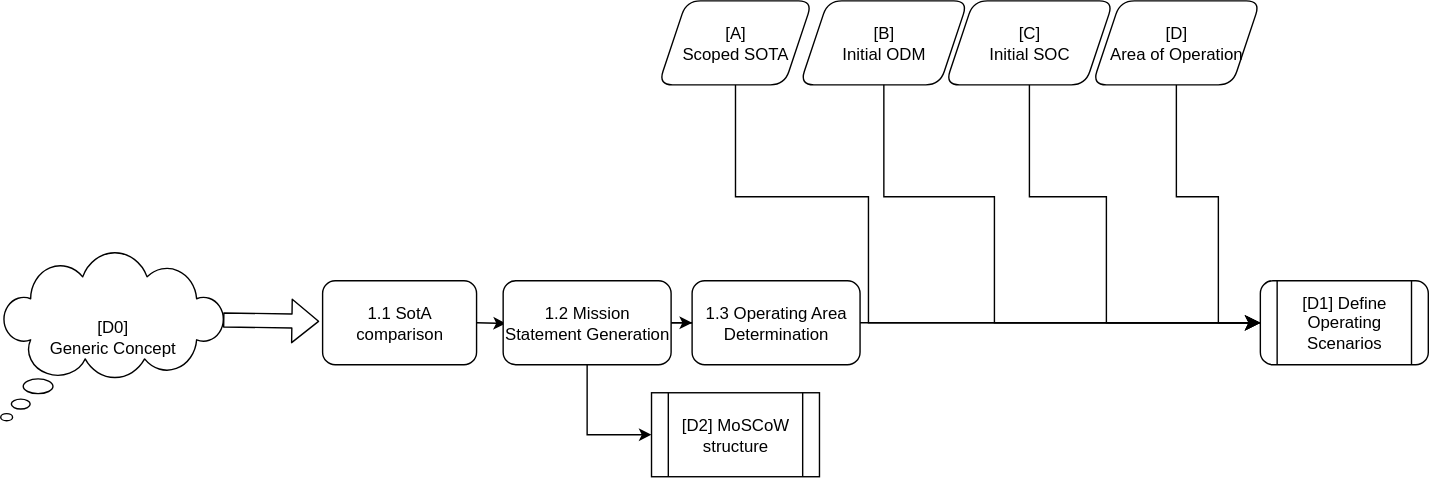
Above: public/diagrams/step-1.svg in TortoiseFather/sacred-site (draw.io), before the change. Source tidied: cells renumbered, new cells last; positions are measured from the earlier drawing's top-left corner, leaving out a move shared by most shapes.
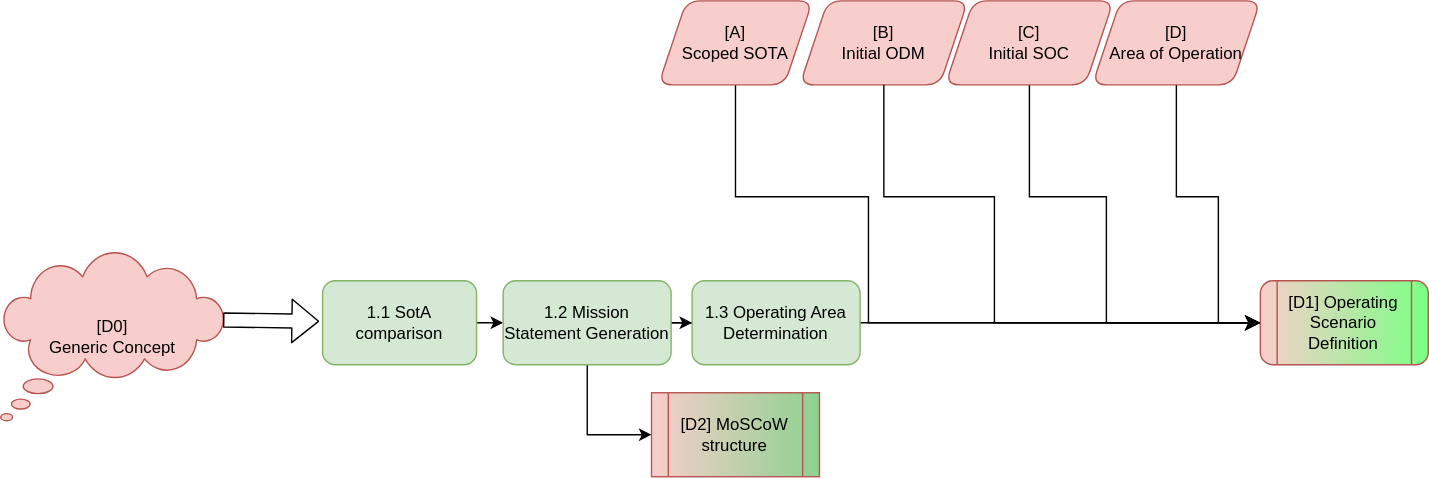
Later version of the same file.

What changed in the source:
```diff
@@ -2,7 +2,7 @@
   <root>
     <mxCell id="0" />
     <mxCell id="1" parent="0" />
-    <mxCell id="2" value="[D0]&lt;div&gt;Generic Concept&lt;/div&gt;" style="whiteSpace=wrap;html=1;shape=mxgraph.basic.cloud_callout;rounded=1;fontColor=#000000;fillColor=#FFFFFF;strokeColor=#000000;" parent="1" vertex="1">
+    <mxCell id="2" value="[D0]&lt;div&gt;Generic Concept&lt;/div&gt;" style="whiteSpace=wrap;html=1;shape=mxgraph.basic.cloud_callout;rounded=1;fillColor=#f8cecc;strokeColor=#b85450;" parent="1" vertex="1">
       <mxGeometry y="180" width="160" height="120" as="geometry" />
     </mxCell>
     <mxCell id="3" style="shape=flexArrow;endArrow=classic;html=1;rounded=1;exitX=0.993;exitY=0.4;exitDx=0;exitDy=0;exitPerimeter=0;entryX=-0.022;entryY=0.483;entryDx=0;entryDy=0;entryPerimeter=0;strokeColor=#000000;" parent="1" edge="1" source="2" target="11">
@@ -24,7 +24,7 @@
     <mxCell id="7" style="edgeStyle=orthogonalEdgeStyle;rounded=0;jettySize=auto;html=1;entryX=0;entryY=0.5;entryDx=0;entryDy=0;strokeColor=#000000;" parent="1" edge="1" source="8" target="21">
       <mxGeometry relative="1" as="geometry" />
     </mxCell>
-    <mxCell id="8" value="1.2 Mission Statement Generation" style="whiteSpace=wrap;html=1;rounded=1;strokeColor=#000000;fontColor=#000000;fillColor=#FFFFFF;" parent="1" vertex="1">
+    <mxCell id="8" value="1.2 Mission Statement Generation" style="whiteSpace=wrap;html=1;rounded=1;strokeColor=#82b366;fillColor=#d5e8d4;" parent="1" vertex="1">
       <mxGeometry x="359" y="200" width="120" height="60" as="geometry" />
     </mxCell>
     <mxCell id="9" style="edgeStyle=none;curved=0;rounded=0;jettySize=auto;html=1;entryX=0;entryY=0.5;entryDx=0;entryDy=0;fontSize=12;startSize=8;endSize=8;strokeColor=#000000;" parent="1" edge="1" source="10">
@@ -37,16 +37,16 @@
         </Array>
       </mxGeometry>
     </mxCell>
-    <mxCell id="10" value="&lt;div&gt;&lt;span style=&quot;color: rgb(0, 0, 0);&quot;&gt;[A]&lt;/span&gt;&lt;/div&gt;&lt;div&gt;&lt;span style=&quot;color: rgb(0, 0, 0);&quot;&gt;Scoped SOTA&lt;/span&gt;&lt;/div&gt;" style="shape=parallelogram;perimeter=parallelogramPerimeter;whiteSpace=wrap;html=1;fixedSize=1;rounded=1;strokeColor=#000000;fontColor=#000000;fillColor=#FFFFFF;" parent="1" vertex="1">
+    <mxCell id="10" value="&lt;div&gt;&lt;span style=&quot;color: rgb(0, 0, 0);&quot;&gt;[A]&lt;/span&gt;&lt;/div&gt;&lt;div&gt;&lt;span style=&quot;color: rgb(0, 0, 0);&quot;&gt;Scoped SOTA&lt;/span&gt;&lt;/div&gt;" style="shape=parallelogram;perimeter=parallelogramPerimeter;whiteSpace=wrap;html=1;fixedSize=1;rounded=1;strokeColor=#b85450;fillColor=#f8cecc;" parent="1" vertex="1">
       <mxGeometry x="470" width="110" height="60" as="geometry" />
     </mxCell>
-    <mxCell id="11" value="1.1 SotA comparison" style="rounded=1;whiteSpace=wrap;html=1;strokeColor=#000000;fontColor=#000000;fillColor=#FFFFFF;" parent="1" vertex="1">
+    <mxCell id="11" value="1.1 SotA comparison" style="rounded=1;whiteSpace=wrap;html=1;strokeColor=#82b366;fillColor=#d5e8d4;" parent="1" vertex="1">
       <mxGeometry x="230" y="200" width="110" height="60" as="geometry" />
     </mxCell>
     <mxCell id="12" style="edgeStyle=none;curved=1;rounded=1;jettySize=auto;html=1;entryX=0;entryY=0.5;entryDx=0;entryDy=0;fontSize=12;startSize=8;endSize=8;strokeColor=#000000;" parent="1" edge="1" source="13" target="16">
       <mxGeometry relative="1" as="geometry" />
     </mxCell>
-    <mxCell id="13" value="1.3 Operating Area Determination" style="rounded=1;whiteSpace=wrap;html=1;strokeColor=#000000;fontColor=#000000;fillColor=#FFFFFF;" parent="1" vertex="1">
+    <mxCell id="13" value="1.3 Operating Area Determination" style="rounded=1;whiteSpace=wrap;html=1;strokeColor=#82b366;fillColor=#d5e8d4;" parent="1" vertex="1">
       <mxGeometry x="494" y="200" width="120" height="60" as="geometry" />
     </mxCell>
     <mxCell id="14" style="edgeStyle=none;curved=0;rounded=0;jettySize=auto;html=1;entryX=0;entryY=0.5;entryDx=0;entryDy=0;fontSize=12;startSize=8;endSize=8;strokeColor=#000000;" parent="1" edge="1" source="15">
@@ -59,13 +59,13 @@
         </Array>
       </mxGeometry>
     </mxCell>
-    <mxCell id="15" value="[D]&lt;div&gt;&lt;span style=&quot;color: rgb(0, 0, 0);&quot;&gt;Area of Operation&lt;/span&gt;&lt;/div&gt;" style="shape=parallelogram;perimeter=parallelogramPerimeter;whiteSpace=wrap;html=1;fixedSize=1;rounded=1;strokeColor=#000000;fontColor=#000000;fillColor=#FFFFFF;" parent="1" vertex="1">
+    <mxCell id="15" value="[D]&lt;div&gt;&lt;span style=&quot;color: rgb(0, 0, 0);&quot;&gt;Area of Operation&lt;/span&gt;&lt;/div&gt;" style="shape=parallelogram;perimeter=parallelogramPerimeter;whiteSpace=wrap;html=1;fixedSize=1;rounded=1;strokeColor=#b85450;fillColor=#f8cecc;" parent="1" vertex="1">
       <mxGeometry x="780" width="120" height="60" as="geometry" />
     </mxCell>
-    <mxCell id="16" value="[D1] Define Operating Scenarios" style="shape=process;whiteSpace=wrap;html=1;backgroundOutline=1;rounded=1;strokeColor=#000000;fontColor=#000000;fillColor=#FFFFFF;" parent="1" vertex="1">
+    <mxCell id="16" value="[D1] Operating Scenario Definition" style="shape=process;whiteSpace=wrap;html=1;backgroundOutline=1;rounded=1;strokeColor=#b85450;fillColor=#f8cecc;gradientDirection=east;gradientColor=#7CFF85;" parent="1" vertex="1">
       <mxGeometry x="900" y="200" width="120" height="60" as="geometry" />
     </mxCell>
-    <mxCell id="17" value="&lt;div&gt;&lt;span style=&quot;color: rgb(0, 0, 0);&quot;&gt;[B]&lt;/span&gt;&lt;/div&gt;&lt;div&gt;&lt;span style=&quot;color: rgb(0, 0, 0);&quot;&gt;Initial ODM&lt;/span&gt;&lt;/div&gt;" style="shape=parallelogram;perimeter=parallelogramPerimeter;whiteSpace=wrap;html=1;fixedSize=1;rounded=1;strokeColor=#000000;fontColor=#000000;fillColor=#FFFFFF;" parent="1" vertex="1">
+    <mxCell id="17" value="&lt;div&gt;&lt;span style=&quot;color: rgb(0, 0, 0);&quot;&gt;[B]&lt;/span&gt;&lt;/div&gt;&lt;div&gt;&lt;span style=&quot;color: rgb(0, 0, 0);&quot;&gt;Initial ODM&lt;/span&gt;&lt;/div&gt;" style="shape=parallelogram;perimeter=parallelogramPerimeter;whiteSpace=wrap;html=1;fixedSize=1;rounded=1;strokeColor=#b85450;fillColor=#f8cecc;" parent="1" vertex="1">
       <mxGeometry x="571" width="120" height="60" as="geometry" />
     </mxCell>
     <mxCell id="18" style="edgeStyle=none;curved=0;rounded=0;jettySize=auto;html=1;exitX=0.5;exitY=1;exitDx=0;exitDy=0;entryX=0;entryY=0.5;entryDx=0;entryDy=0;fontSize=12;startSize=8;endSize=8;strokeColor=#000000;" parent="1" edge="1" source="19" target="16">
@@ -77,7 +77,7 @@
         </Array>
       </mxGeometry>
     </mxCell>
-    <mxCell id="19" value="&lt;span style=&quot;color: rgb(0, 0, 0);&quot;&gt;[C]&lt;/span&gt;&lt;div&gt;&lt;span style=&quot;color: rgb(0, 0, 0);&quot;&gt;Initial SOC&lt;/span&gt;&lt;/div&gt;" style="shape=parallelogram;perimeter=parallelogramPerimeter;whiteSpace=wrap;html=1;fixedSize=1;rounded=1;strokeColor=#000000;fontColor=#000000;fillColor=#FFFFFF;" parent="1" vertex="1">
+    <mxCell id="19" value="&lt;span style=&quot;color: rgb(0, 0, 0);&quot;&gt;[C]&lt;/span&gt;&lt;div&gt;&lt;span style=&quot;color: rgb(0, 0, 0);&quot;&gt;Initial SOC&lt;/span&gt;&lt;/div&gt;" style="shape=parallelogram;perimeter=parallelogramPerimeter;whiteSpace=wrap;html=1;fixedSize=1;rounded=1;strokeColor=#b85450;fillColor=#f8cecc;" parent="1" vertex="1">
       <mxGeometry x="675" width="120" height="60" as="geometry" />
     </mxCell>
     <mxCell id="20" style="endArrow=classic;html=1;rounded=0;fontSize=12;startSize=8;endSize=8;curved=0;exitX=0.5;exitY=1;exitDx=0;exitDy=0;entryX=0;entryY=0.5;entryDx=0;entryDy=0;strokeColor=#000000;" parent="1" edge="1" source="17" target="16">
@@ -89,7 +89,7 @@
         </Array>
       </mxGeometry>
     </mxCell>
-    <mxCell id="21" value="&lt;div&gt;&lt;span style=&quot;color: rgb(0, 0, 0);&quot;&gt;[D2] MoSCoW structure&lt;/span&gt;&lt;/div&gt;" style="shape=process;whiteSpace=wrap;html=1;backgroundOutline=1;fillColor=#FFFFFF;strokeColor=#000000;" parent="1" vertex="1">
+    <mxCell id="21" value="&lt;div&gt;&lt;span style=&quot;color: rgb(0, 0, 0);&quot;&gt;[D2] MoSCoW structure&lt;/span&gt;&lt;/div&gt;" style="shape=process;whiteSpace=wrap;html=1;backgroundOutline=1;fillColor=#f8cecc;strokeColor=#b85450;gradientColor=light-dark(#8DD18F,#EDEDED);gradientDirection=east;" parent="1" vertex="1">
       <mxGeometry x="465" y="280" width="120" height="60" as="geometry" />
     </mxCell>
   </root>
```
